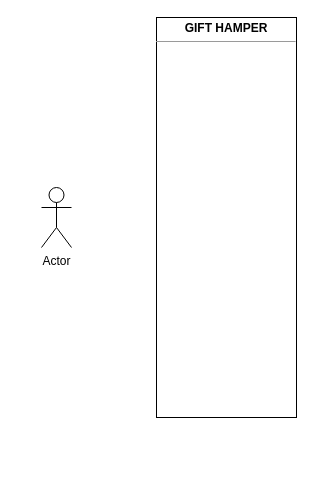
sonukshatriya/flowchart keeps this draw.io diagram as page "Page-2" (2 of 3) of gifthamper.drawio. Above is the earlier version. Source tidied: cells renumbered, new cells numbered last; positions are measured from the earlier drawing's top-left corner, leaving out a move shared by most shapes. Both pictures are drawn from the tidied source at 100%, with x=0, y=0 at pixel (41, 17).
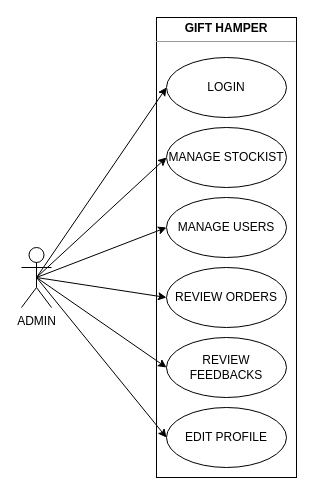
The same page after the edit.

What changed in the source:
```diff
@@
 <mxGraphModel>
   <root>
     <mxCell id="0" />
     <mxCell id="1" parent="0" />
     <mxCell id="2" value="&lt;p style=&quot;margin:0px;margin-top:4px;text-align:center;&quot;&gt;&lt;b&gt;GIFT HAMPER&lt;/b&gt;&lt;/p&gt;&lt;hr size=&quot;1&quot;&gt;&lt;div style=&quot;height:2px;&quot;&gt;&lt;/div&gt;" style="verticalAlign=top;align=left;overflow=fill;fontSize=12;fontFamily=Helvetica;html=1;" parent="1" vertex="1">
-      <mxGeometry x="115" width="140" height="400" as="geometry" />
+      <mxGeometry x="115" width="140" height="460" as="geometry" />
     </mxCell>
+    <mxCell id="4" style="rounded=0;jettySize=auto;html=1;exitX=0.5;exitY=0.5;exitDx=0;exitDy=0;exitPerimeter=0;entryX=0;entryY=0.5;entryDx=0;entryDy=0;" parent="1" edge="1" source="3" target="10">
+      <mxGeometry relative="1" as="geometry" />
+    </mxCell>
+    <mxCell id="5" style="rounded=0;jettySize=auto;html=1;exitX=0.5;exitY=0.5;exitDx=0;exitDy=0;exitPerimeter=0;entryX=0;entryY=0.5;entryDx=0;entryDy=0;" parent="1" edge="1" source="3" target="12">
+      <mxGeometry relative="1" as="geometry" />
+    </mxCell>
+    <mxCell id="6" style="rounded=0;jettySize=auto;html=1;exitX=0.5;exitY=0.5;exitDx=0;exitDy=0;exitPerimeter=0;entryX=0;entryY=0.5;entryDx=0;entryDy=0;" parent="1" edge="1" source="3" target="11">
+      <mxGeometry relative="1" as="geometry" />
+    </mxCell>
+    <mxCell id="7" style="rounded=0;jettySize=auto;html=1;exitX=0.5;exitY=0.5;exitDx=0;exitDy=0;exitPerimeter=0;entryX=0;entryY=0.5;entryDx=0;entryDy=0;" parent="1" edge="1" source="3" target="13">
+      <mxGeometry relative="1" as="geometry" />
+    </mxCell>
+    <mxCell id="8" style="rounded=0;jettySize=auto;html=1;exitX=0.5;exitY=0.5;exitDx=0;exitDy=0;exitPerimeter=0;entryX=0;entryY=0.5;entryDx=0;entryDy=0;" parent="1" edge="1" source="3" target="14">
+      <mxGeometry relative="1" as="geometry" />
+    </mxCell>
+    <mxCell id="9" style="rounded=0;jettySize=auto;html=1;exitX=0.5;exitY=0.5;exitDx=0;exitDy=0;exitPerimeter=0;entryX=0;entryY=0.5;entryDx=0;entryDy=0;" parent="1" edge="1" source="3" target="15">
+      <mxGeometry relative="1" as="geometry" />
+    </mxCell>
-    <mxCell id="3" value="Actor" style="shape=umlActor;verticalLabelPosition=bottom;verticalAlign=top;html=1;outlineConnect=0;" parent="1" vertex="1">
-      <mxGeometry y="170" width="30" height="60" as="geometry" />
+    <mxCell id="3" value="ADMIN" style="shape=umlActor;verticalLabelPosition=bottom;verticalAlign=top;html=1;outlineConnect=0;" parent="1" vertex="1">
+      <mxGeometry x="-20" y="230" width="30" height="60" as="geometry" />
     </mxCell>
+    <mxCell id="10" value="LOGIN" style="ellipse;whiteSpace=wrap;html=1;" parent="1" vertex="1">
+      <mxGeometry x="125" y="40" width="120" height="60" as="geometry" />
+    </mxCell>
+    <mxCell id="11" value="MANAGE USERS" style="ellipse;whiteSpace=wrap;html=1;" parent="1" vertex="1">
+      <mxGeometry x="125" y="180" width="120" height="60" as="geometry" />
+    </mxCell>
+    <mxCell id="12" value="MANAGE STOCKIST" style="ellipse;whiteSpace=wrap;html=1;" parent="1" vertex="1">
+      <mxGeometry x="125" y="110" width="120" height="60" as="geometry" />
+    </mxCell>
+    <mxCell id="13" value="REVIEW ORDERS&lt;br&gt;" style="ellipse;whiteSpace=wrap;html=1;" parent="1" vertex="1">
+      <mxGeometry x="125" y="250" width="120" height="60" as="geometry" />
+    </mxCell>
+    <mxCell id="14" value="REVIEW FEEDBACKS" style="ellipse;whiteSpace=wrap;html=1;" parent="1" vertex="1">
+      <mxGeometry x="125" y="320" width="120" height="60" as="geometry" />
+    </mxCell>
+    <mxCell id="15" value="EDIT PROFILE" style="ellipse;whiteSpace=wrap;html=1;" parent="1" vertex="1">
+      <mxGeometry x="125" y="390" width="120" height="60" as="geometry" />
+    </mxCell>
   </root>
 </mxGraphModel>
```
